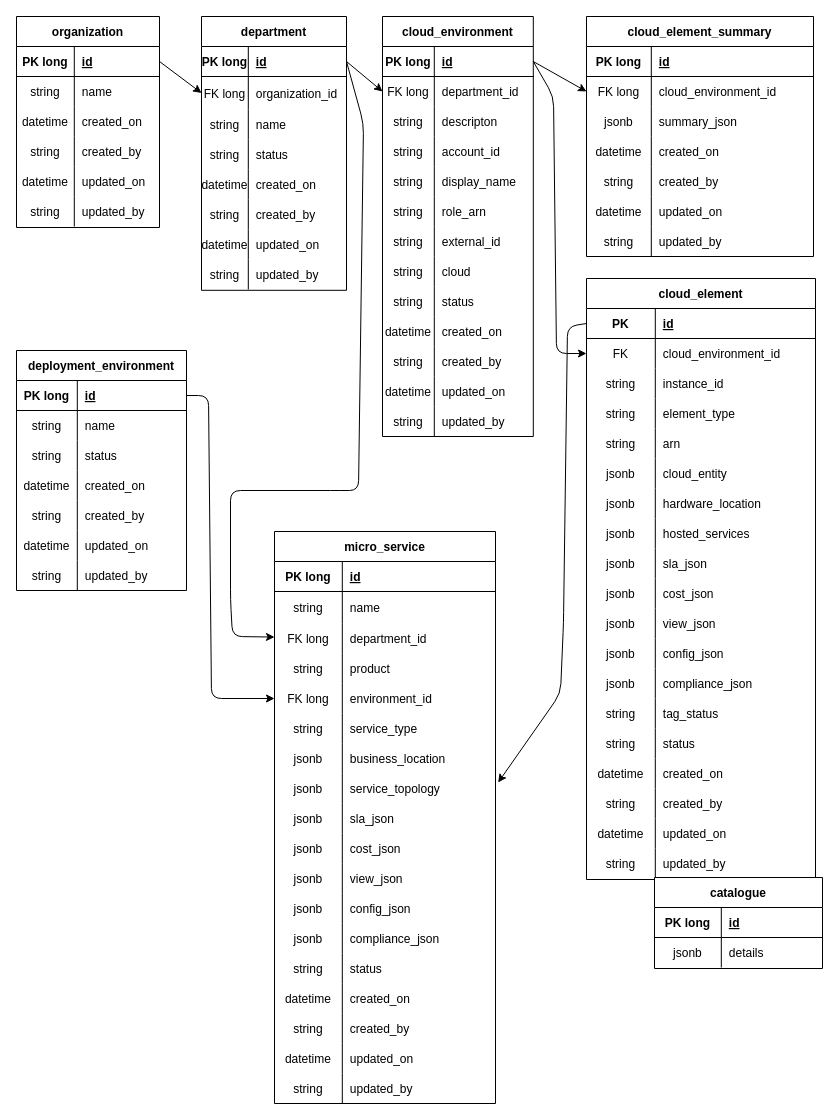
ptrsoft/ptr-architectures-doc keeps this draw.io diagram as page "AssetManagerErDiagram" (2 of 13) of LayeredArchitecture.drawio. Above is the earlier version. Source tidied: cells renumbered, new cells numbered last; positions are measured from the earlier drawing's top-left corner, leaving out a move shared by most shapes. Both pictures are drawn from the tidied source at 100%, with x=0, y=0 at pixel (16, 16).
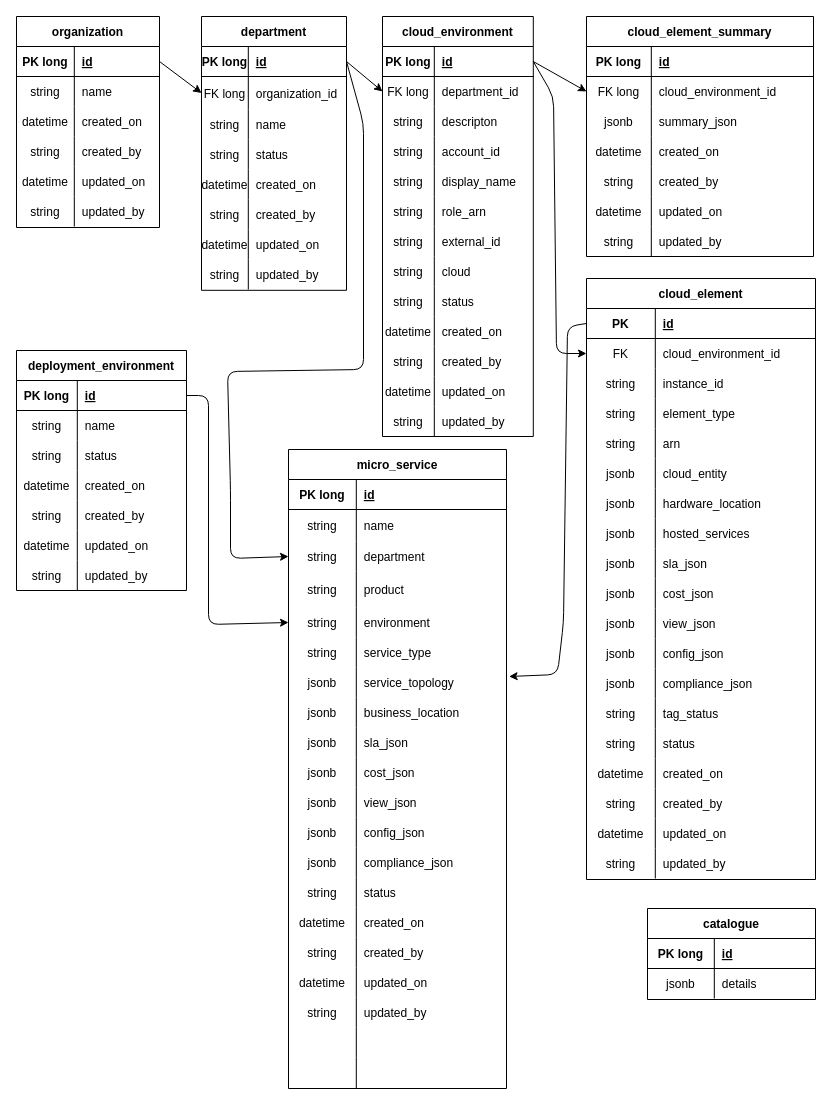
Above is the later version.

Unchanged cells that the change refers to:
```xml
<mxCell id="23" style="shape=tableRow;horizontal=0;startSize=0;swimlaneHead=0;swimlaneBody=0;fillColor=none;points=[[0,0.5],[1,0.5]];portConstraint=eastwest;top=0;left=0;right=0;bottom=1;" parent="22" vertex="1">
  <mxGeometry y="30" width="145" height="30" as="geometry" />
</mxCell>
<mxCell id="91" style="shape=tableRow;horizontal=0;startSize=0;swimlaneHead=0;swimlaneBody=0;fillColor=none;points=[[0,0.5],[1,0.5]];portConstraint=eastwest;top=0;left=0;right=0;bottom=1;" parent="90" vertex="1">
  <mxGeometry y="30" width="229" height="30" as="geometry" />
</mxCell>
<mxCell id="236" style="shape=tableRow;horizontal=0;startSize=0;swimlaneHead=0;swimlaneBody=0;fillColor=none;points=[[0,0.5],[1,0.5]];portConstraint=eastwest;top=0;left=0;right=0;bottom=1;" parent="235" vertex="1">
  <mxGeometry y="30" width="170" height="30" as="geometry" />
</mxCell>
```

What changed in the source:
```diff
@@
-    <mxCell id="21" style="edgeStyle=none;html=1;exitX=1;exitY=0.5;exitDx=0;exitDy=0;" parent="1" edge="1" source="23" target="186">
+    <mxCell id="21" style="edgeStyle=none;html=1;exitX=1;exitY=0.5;exitDx=0;exitDy=0;entryX=0;entryY=0.5;entryDx=0;entryDy=0;" parent="1" edge="1" source="23" target="257">
       <mxGeometry relative="1" as="geometry">
         <Array as="points">
           <mxPoint x="347" y="107" />
-          <mxPoint x="342" y="474" />
-          <mxPoint x="324" y="474" />
+          <mxPoint x="347" y="353" />
+          <mxPoint x="211" y="355" />
           <mxPoint x="214" y="474" />
-          <mxPoint x="214" y="583" />
-          <mxPoint x="216" y="620" />
+          <mxPoint x="214" y="542" />
         </Array>
       </mxGeometry>
     </mxCell>
@@
     <mxCell id="89" style="edgeStyle=none;html=1;entryX=1.012;entryY=0.3;entryDx=0;entryDy=0;entryPerimeter=0;exitX=0;exitY=0.5;exitDx=0;exitDy=0;" parent="1" edge="1" source="91" target="201">
       <mxGeometry relative="1" as="geometry">
         <Array as="points">
           <mxPoint x="551" y="310" />
           <mxPoint x="547" y="606" />
-          <mxPoint x="544" y="677" />
+          <mxPoint x="541" y="658" />
         </Array>
       </mxGeometry>
     </mxCell>
@@
     <mxCell id="172" value="catalogue" style="shape=table;startSize=30;childLayout=tableLayout;rowLines=0;fontStyle=1;align=center;" parent="1" vertex="1">
-      <mxGeometry x="638" y="861" width="168" height="91" as="geometry" />
+      <mxGeometry x="631" y="892" width="168" height="91" as="geometry" />
     </mxCell>
@@
     <mxCell id="179" value="micro_service" style="shape=table;startSize=30;childLayout=tableLayout;rowLines=0;fontStyle=1;align=center;" parent="1" vertex="1">
-      <mxGeometry x="258" y="515" width="221" height="572" as="geometry" />
+      <mxGeometry x="272" y="433" width="218" height="639" as="geometry" />
     </mxCell>
     <mxCell id="180" style="shape=tableRow;horizontal=0;startSize=0;swimlaneHead=0;swimlaneBody=0;fillColor=none;top=0;left=0;right=0;bottom=1;" parent="179" vertex="1">
-      <mxGeometry y="30" width="221" height="30" as="geometry" />
+      <mxGeometry y="30" width="218" height="30" as="geometry" />
     </mxCell>
@@
     <mxCell id="182" value="id" style="shape=partialRectangle;fillColor=none;top=0;left=0;bottom=0;right=0;align=left;spacingLeft=6;fontStyle=5;overflow=hidden;" parent="180" vertex="1">
-      <mxGeometry x="67.8" width="153.2" height="30" as="geometry" />
+      <mxGeometry x="67.8" width="150.2" height="30" as="geometry" />
     </mxCell>
     <mxCell id="183" style="shape=tableRow;horizontal=0;startSize=0;swimlaneHead=0;swimlaneBody=0;fillColor=none;top=0;left=0;right=0;bottom=0;" parent="179" vertex="1">
-      <mxGeometry y="60" width="221" height="32" as="geometry" />
+      <mxGeometry y="60" width="218" height="32" as="geometry" />
     </mxCell>
@@
     <mxCell id="185" value="name" style="shape=partialRectangle;fillColor=none;top=0;left=0;bottom=0;right=0;align=left;spacingLeft=6;overflow=hidden;" parent="183" vertex="1">
-      <mxGeometry x="67.8" width="153.2" height="32" as="geometry" />
+      <mxGeometry x="67.8" width="150.2" height="32" as="geometry" />
     </mxCell>
-    <mxCell id="186" style="shape=tableRow;horizontal=0;startSize=0;swimlaneHead=0;swimlaneBody=0;fillColor=none;points=[[0,0.5],[1,0.5]];portConstraint=eastwest;top=0;left=0;right=0;bottom=0;" parent="179" vertex="1">
-      <mxGeometry y="92" width="221" height="30" as="geometry" />
-    </mxCell>
-    <mxCell id="187" value="FK long" style="shape=partialRectangle;fillColor=none;top=0;left=0;bottom=0;right=0;overflow=hidden;" parent="186" vertex="1">
-      <mxGeometry width="67.8" height="30" as="geometry" />
-    </mxCell>
-    <mxCell id="188" value="department_id" style="shape=partialRectangle;fillColor=none;top=0;left=0;bottom=0;right=0;align=left;spacingLeft=6;overflow=hidden;" parent="186" vertex="1">
-      <mxGeometry x="67.8" width="153.2" height="30" as="geometry" />
-    </mxCell>
+    <mxCell id="257" style="shape=tableRow;horizontal=0;startSize=0;swimlaneHead=0;swimlaneBody=0;fillColor=none;points=[[0,0.5],[1,0.5]];portConstraint=eastwest;top=0;left=0;right=0;bottom=0;" parent="179" vertex="1">
+      <mxGeometry y="92" width="218" height="30" as="geometry" />
+    </mxCell>
+    <mxCell id="258" value="string" style="shape=partialRectangle;fillColor=none;top=0;left=0;bottom=0;right=0;overflow=hidden;" parent="257" vertex="1">
+      <mxGeometry width="67.8" height="30" as="geometry" />
+    </mxCell>
+    <mxCell id="259" value="department" style="shape=partialRectangle;fillColor=none;top=0;left=0;bottom=0;right=0;align=left;spacingLeft=6;overflow=hidden;" parent="257" vertex="1">
+      <mxGeometry x="67.8" width="150.2" height="30" as="geometry" />
+    </mxCell>
     <mxCell id="189" style="shape=tableRow;horizontal=0;startSize=0;swimlaneHead=0;swimlaneBody=0;fillColor=none;top=0;left=0;right=0;bottom=0;" parent="179" vertex="1">
-      <mxGeometry y="122" width="221" height="30" as="geometry" />
+      <mxGeometry y="122" width="218" height="36" as="geometry" />
     </mxCell>
     <mxCell id="190" value="string" style="shape=partialRectangle;fillColor=none;top=0;left=0;bottom=0;right=0;overflow=hidden;" parent="189" vertex="1">
-      <mxGeometry width="67.8" height="30" as="geometry" />
+      <mxGeometry width="67.8" height="36" as="geometry" />
     </mxCell>
     <mxCell id="191" value="product" style="shape=partialRectangle;fillColor=none;top=0;left=0;bottom=0;right=0;align=left;spacingLeft=6;overflow=hidden;" parent="189" vertex="1">
-      <mxGeometry x="67.8" width="153.2" height="30" as="geometry" />
+      <mxGeometry x="67.8" width="150.2" height="36" as="geometry" />
     </mxCell>
-    <mxCell id="192" style="shape=tableRow;horizontal=0;startSize=0;swimlaneHead=0;swimlaneBody=0;fillColor=none;points=[[0,0.5],[1,0.5]];portConstraint=eastwest;top=0;left=0;right=0;bottom=0;" parent="179" vertex="1">
-      <mxGeometry y="152" width="221" height="30" as="geometry" />
-    </mxCell>
-    <mxCell id="193" value="FK long" style="shape=partialRectangle;fillColor=none;top=0;left=0;bottom=0;right=0;overflow=hidden;" parent="192" vertex="1">
-      <mxGeometry width="67.8" height="30" as="geometry" />
-    </mxCell>
-    <mxCell id="194" value="environment_id" style="shape=partialRectangle;fillColor=none;top=0;left=0;bottom=0;right=0;align=left;spacingLeft=6;overflow=hidden;" parent="192" vertex="1">
-      <mxGeometry x="67.8" width="153.2" height="30" as="geometry" />
-    </mxCell>
+    <mxCell id="260" style="shape=tableRow;horizontal=0;startSize=0;swimlaneHead=0;swimlaneBody=0;fillColor=none;points=[[0,0.5],[1,0.5]];portConstraint=eastwest;top=0;left=0;right=0;bottom=0;" parent="179" vertex="1">
+      <mxGeometry y="158" width="218" height="30" as="geometry" />
+    </mxCell>
+    <mxCell id="261" value="string" style="shape=partialRectangle;fillColor=none;top=0;left=0;bottom=0;right=0;overflow=hidden;" parent="260" vertex="1">
+      <mxGeometry width="67.8" height="30" as="geometry" />
+    </mxCell>
+    <mxCell id="262" value="environment" style="shape=partialRectangle;fillColor=none;top=0;left=0;bottom=0;right=0;align=left;spacingLeft=6;overflow=hidden;" parent="260" vertex="1">
+      <mxGeometry x="67.8" width="150.2" height="30" as="geometry" />
+    </mxCell>
     <mxCell id="195" style="shape=tableRow;horizontal=0;startSize=0;swimlaneHead=0;swimlaneBody=0;fillColor=none;top=0;left=0;right=0;bottom=0;" parent="179" vertex="1">
-      <mxGeometry y="182" width="221" height="30" as="geometry" />
+      <mxGeometry y="188" width="218" height="30" as="geometry" />
     </mxCell>
@@
     <mxCell id="197" value="service_type" style="shape=partialRectangle;fillColor=none;top=0;left=0;bottom=0;right=0;align=left;spacingLeft=6;overflow=hidden;" parent="195" vertex="1">
-      <mxGeometry x="67.8" width="153.2" height="30" as="geometry" />
+      <mxGeometry x="67.8" width="150.2" height="30" as="geometry" />
     </mxCell>
+    <mxCell id="201" style="shape=tableRow;horizontal=0;startSize=0;swimlaneHead=0;swimlaneBody=0;fillColor=none;points=[[0,0.5],[1,0.5]];portConstraint=eastwest;top=0;left=0;right=0;bottom=0;" parent="179" vertex="1">
+      <mxGeometry y="218" width="218" height="30" as="geometry" />
+    </mxCell>
+    <mxCell id="202" value="jsonb" style="shape=partialRectangle;fillColor=none;top=0;left=0;bottom=0;right=0;overflow=hidden;" parent="201" vertex="1">
+      <mxGeometry width="67.8" height="30" as="geometry" />
+    </mxCell>
+    <mxCell id="203" value="service_topology" style="shape=partialRectangle;fillColor=none;top=0;left=0;bottom=0;right=0;align=left;spacingLeft=6;overflow=hidden;" parent="201" vertex="1">
+      <mxGeometry x="67.8" width="150.2" height="30" as="geometry" />
+    </mxCell>
     <mxCell id="198" style="shape=tableRow;horizontal=0;startSize=0;swimlaneHead=0;swimlaneBody=0;fillColor=none;top=0;left=0;right=0;bottom=0;" parent="179" vertex="1">
-      <mxGeometry y="212" width="221" height="30" as="geometry" />
+      <mxGeometry y="248" width="218" height="30" as="geometry" />
     </mxCell>
@@
     <mxCell id="200" value="business_location" style="shape=partialRectangle;fillColor=none;top=0;left=0;bottom=0;right=0;align=left;spacingLeft=6;overflow=hidden;" parent="198" vertex="1">
-      <mxGeometry x="67.8" width="153.2" height="30" as="geometry" />
+      <mxGeometry x="67.8" width="150.2" height="30" as="geometry" />
     </mxCell>
-    <mxCell id="201" style="shape=tableRow;horizontal=0;startSize=0;swimlaneHead=0;swimlaneBody=0;fillColor=none;points=[[0,0.5],[1,0.5]];portConstraint=eastwest;top=0;left=0;right=0;bottom=0;" parent="179" vertex="1">
-      <mxGeometry y="242" width="221" height="30" as="geometry" />
-    </mxCell>
-    <mxCell id="202" value="jsonb" style="shape=partialRectangle;fillColor=none;top=0;left=0;bottom=0;right=0;overflow=hidden;" parent="201" vertex="1">
-      <mxGeometry width="67.8" height="30" as="geometry" />
-    </mxCell>
-    <mxCell id="203" value="service_topology" style="shape=partialRectangle;fillColor=none;top=0;left=0;bottom=0;right=0;align=left;spacingLeft=6;overflow=hidden;" parent="201" vertex="1">
-      <mxGeometry x="67.8" width="153.2" height="30" as="geometry" />
-    </mxCell>
     <mxCell id="204" style="shape=tableRow;horizontal=0;startSize=0;swimlaneHead=0;swimlaneBody=0;fillColor=none;top=0;left=0;right=0;bottom=0;" parent="179" vertex="1">
-      <mxGeometry y="272" width="221" height="30" as="geometry" />
+      <mxGeometry y="278" width="218" height="30" as="geometry" />
     </mxCell>
@@
     <mxCell id="206" value="sla_json" style="shape=partialRectangle;fillColor=none;top=0;left=0;bottom=0;right=0;align=left;spacingLeft=6;overflow=hidden;" parent="204" vertex="1">
-      <mxGeometry x="67.8" width="153.2" height="30" as="geometry" />
+      <mxGeometry x="67.8" width="150.2" height="30" as="geometry" />
     </mxCell>
     <mxCell id="207" style="shape=tableRow;horizontal=0;startSize=0;swimlaneHead=0;swimlaneBody=0;fillColor=none;top=0;left=0;right=0;bottom=0;" parent="179" vertex="1">
-      <mxGeometry y="302" width="221" height="30" as="geometry" />
+      <mxGeometry y="308" width="218" height="30" as="geometry" />
     </mxCell>
@@
     <mxCell id="209" value="cost_json" style="shape=partialRectangle;fillColor=none;top=0;left=0;bottom=0;right=0;align=left;spacingLeft=6;overflow=hidden;" parent="207" vertex="1">
-      <mxGeometry x="67.8" width="153.2" height="30" as="geometry" />
+      <mxGeometry x="67.8" width="150.2" height="30" as="geometry" />
     </mxCell>
     <mxCell id="210" style="shape=tableRow;horizontal=0;startSize=0;swimlaneHead=0;swimlaneBody=0;fillColor=none;top=0;left=0;right=0;bottom=0;" parent="179" vertex="1">
-      <mxGeometry y="332" width="221" height="30" as="geometry" />
+      <mxGeometry y="338" width="218" height="30" as="geometry" />
     </mxCell>
@@
     <mxCell id="212" value="view_json" style="shape=partialRectangle;fillColor=none;top=0;left=0;bottom=0;right=0;align=left;spacingLeft=6;overflow=hidden;" parent="210" vertex="1">
-      <mxGeometry x="67.8" width="153.2" height="30" as="geometry" />
+      <mxGeometry x="67.8" width="150.2" height="30" as="geometry" />
     </mxCell>
     <mxCell id="213" style="shape=tableRow;horizontal=0;startSize=0;swimlaneHead=0;swimlaneBody=0;fillColor=none;top=0;left=0;right=0;bottom=0;" parent="179" vertex="1">
-      <mxGeometry y="362" width="221" height="30" as="geometry" />
+      <mxGeometry y="368" width="218" height="30" as="geometry" />
     </mxCell>
@@
     <mxCell id="215" value="config_json" style="shape=partialRectangle;fillColor=none;top=0;left=0;bottom=0;right=0;align=left;spacingLeft=6;overflow=hidden;" parent="213" vertex="1">
-      <mxGeometry x="67.8" width="153.2" height="30" as="geometry" />
+      <mxGeometry x="67.8" width="150.2" height="30" as="geometry" />
     </mxCell>
     <mxCell id="216" style="shape=tableRow;horizontal=0;startSize=0;swimlaneHead=0;swimlaneBody=0;fillColor=none;top=0;left=0;right=0;bottom=0;" parent="179" vertex="1">
-      <mxGeometry y="392" width="221" height="30" as="geometry" />
+      <mxGeometry y="398" width="218" height="30" as="geometry" />
     </mxCell>
@@
     <mxCell id="218" value="compliance_json" style="shape=partialRectangle;fillColor=none;top=0;left=0;bottom=0;right=0;align=left;spacingLeft=6;overflow=hidden;" parent="216" vertex="1">
-      <mxGeometry x="67.8" width="153.2" height="30" as="geometry" />
+      <mxGeometry x="67.8" width="150.2" height="30" as="geometry" />
     </mxCell>
     <mxCell id="219" style="shape=tableRow;horizontal=0;startSize=0;swimlaneHead=0;swimlaneBody=0;fillColor=none;top=0;left=0;right=0;bottom=0;" parent="179" vertex="1">
-      <mxGeometry y="422" width="221" height="30" as="geometry" />
+      <mxGeometry y="428" width="218" height="30" as="geometry" />
     </mxCell>
@@
     <mxCell id="221" value="status" style="shape=partialRectangle;fillColor=none;top=0;left=0;bottom=0;right=0;align=left;spacingLeft=6;overflow=hidden;" parent="219" vertex="1">
-      <mxGeometry x="67.8" width="153.2" height="30" as="geometry" />
+      <mxGeometry x="67.8" width="150.2" height="30" as="geometry" />
     </mxCell>
     <mxCell id="222" style="shape=tableRow;horizontal=0;startSize=0;swimlaneHead=0;swimlaneBody=0;fillColor=none;top=0;left=0;right=0;bottom=0;" parent="179" vertex="1">
-      <mxGeometry y="452" width="221" height="30" as="geometry" />
+      <mxGeometry y="458" width="218" height="30" as="geometry" />
     </mxCell>
@@
     <mxCell id="224" value="created_on" style="shape=partialRectangle;fillColor=none;top=0;left=0;bottom=0;right=0;align=left;spacingLeft=6;overflow=hidden;" parent="222" vertex="1">
-      <mxGeometry x="67.8" width="153.2" height="30" as="geometry" />
+      <mxGeometry x="67.8" width="150.2" height="30" as="geometry" />
     </mxCell>
     <mxCell id="225" style="shape=tableRow;horizontal=0;startSize=0;swimlaneHead=0;swimlaneBody=0;fillColor=none;top=0;left=0;right=0;bottom=0;" parent="179" vertex="1">
-      <mxGeometry y="482" width="221" height="30" as="geometry" />
+      <mxGeometry y="488" width="218" height="30" as="geometry" />
     </mxCell>
@@
     <mxCell id="227" value="created_by" style="shape=partialRectangle;fillColor=none;top=0;left=0;bottom=0;right=0;align=left;spacingLeft=6;overflow=hidden;" parent="225" vertex="1">
-      <mxGeometry x="67.8" width="153.2" height="30" as="geometry" />
+      <mxGeometry x="67.8" width="150.2" height="30" as="geometry" />
     </mxCell>
     <mxCell id="228" style="shape=tableRow;horizontal=0;startSize=0;swimlaneHead=0;swimlaneBody=0;fillColor=none;top=0;left=0;right=0;bottom=0;" parent="179" vertex="1">
-      <mxGeometry y="512" width="221" height="30" as="geometry" />
+      <mxGeometry y="518" width="218" height="30" as="geometry" />
     </mxCell>
@@
     <mxCell id="230" value="updated_on" style="shape=partialRectangle;fillColor=none;top=0;left=0;bottom=0;right=0;align=left;spacingLeft=6;overflow=hidden;" parent="228" vertex="1">
-      <mxGeometry x="67.8" width="153.2" height="30" as="geometry" />
+      <mxGeometry x="67.8" width="150.2" height="30" as="geometry" />
     </mxCell>
     <mxCell id="231" style="shape=tableRow;horizontal=0;startSize=0;swimlaneHead=0;swimlaneBody=0;fillColor=none;top=0;left=0;right=0;bottom=0;" parent="179" vertex="1">
-      <mxGeometry y="542" width="221" height="30" as="geometry" />
+      <mxGeometry y="548" width="218" height="30" as="geometry" />
     </mxCell>
@@
     <mxCell id="233" value="updated_by" style="shape=partialRectangle;fillColor=none;top=0;left=0;bottom=0;right=0;align=left;spacingLeft=6;overflow=hidden;" parent="231" vertex="1">
-      <mxGeometry x="67.8" width="153.2" height="30" as="geometry" />
+      <mxGeometry x="67.8" width="150.2" height="30" as="geometry" />
     </mxCell>
+    <mxCell id="186" style="shape=tableRow;horizontal=0;startSize=0;swimlaneHead=0;swimlaneBody=0;fillColor=none;points=[[0,0.5],[1,0.5]];portConstraint=eastwest;top=0;left=0;right=0;bottom=0;" parent="179" vertex="1">
+      <mxGeometry y="578" width="218" height="30" as="geometry" />
+    </mxCell>
+    <mxCell id="187" style="shape=partialRectangle;fillColor=none;top=0;left=0;bottom=0;right=0;overflow=hidden;" parent="186" vertex="1">
+      <mxGeometry width="67.8" height="30" as="geometry" />
+    </mxCell>
+    <mxCell id="188" style="shape=partialRectangle;fillColor=none;top=0;left=0;bottom=0;right=0;align=left;spacingLeft=6;overflow=hidden;" parent="186" vertex="1">
+      <mxGeometry x="67.8" width="150.2" height="30" as="geometry" />
+    </mxCell>
+    <mxCell id="192" style="shape=tableRow;horizontal=0;startSize=0;swimlaneHead=0;swimlaneBody=0;fillColor=none;points=[[0,0.5],[1,0.5]];portConstraint=eastwest;top=0;left=0;right=0;bottom=0;" parent="179" vertex="1">
+      <mxGeometry y="608" width="218" height="31" as="geometry" />
+    </mxCell>
+    <mxCell id="193" style="shape=partialRectangle;fillColor=none;top=0;left=0;bottom=0;right=0;overflow=hidden;" parent="192" vertex="1">
+      <mxGeometry width="67.8" height="31" as="geometry" />
+    </mxCell>
+    <mxCell id="194" style="shape=partialRectangle;fillColor=none;top=0;left=0;bottom=0;right=0;align=left;spacingLeft=6;overflow=hidden;" parent="192" vertex="1">
+      <mxGeometry x="67.8" width="150.2" height="31" as="geometry" />
+    </mxCell>
-    <mxCell id="234" style="edgeStyle=none;html=1;exitX=1;exitY=0.5;exitDx=0;exitDy=0;" parent="1" edge="1" source="236" target="192">
+    <mxCell id="234" style="edgeStyle=none;html=1;exitX=1;exitY=0.5;exitDx=0;exitDy=0;entryX=0;entryY=0.5;entryDx=0;entryDy=0;" parent="1" edge="1" source="236" target="260">
       <mxGeometry relative="1" as="geometry">
         <Array as="points">
           <mxPoint x="192" y="379" />
-          <mxPoint x="195" y="682" />
+          <mxPoint x="192" y="608" />
         </Array>
       </mxGeometry>
     </mxCell>
```
